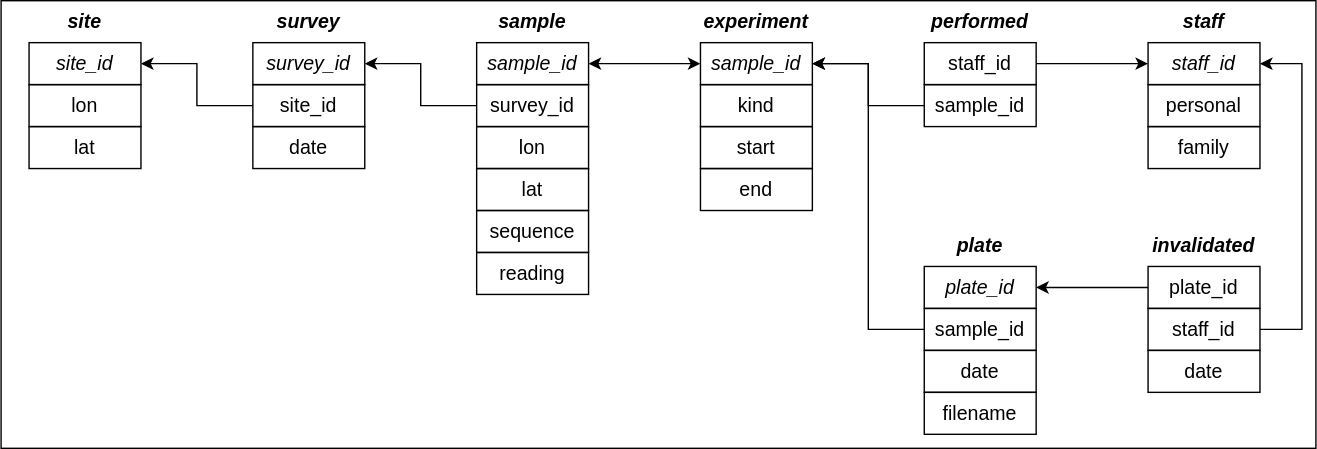
The draw.io diagram img/db-schema.svg in juananpe/nss, before a commit. Source tidied: cells renumbered, new cells last; positions are measured from the earlier drawing's top-left corner, leaving out a move shared by most shapes.
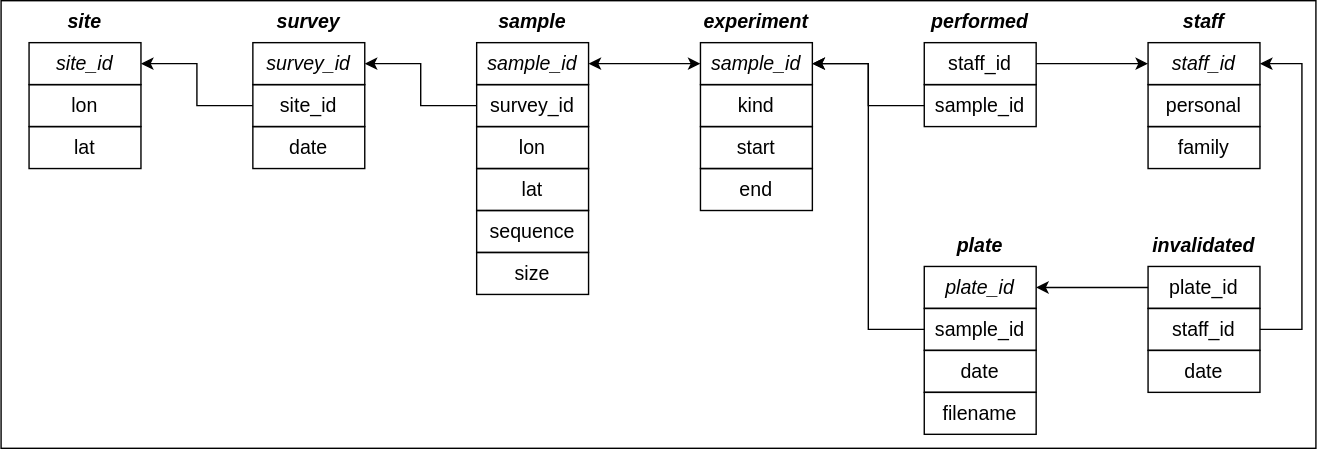
Later version of the same file.

Commit message:
doc: documenting database schema

Diff of the diagram source:
```diff
@@ -55,7 +55,7 @@
     <mxCell id="17" value="sequence" style="rounded=0;whiteSpace=wrap;html=1;fillColor=none;fontSize=14;" parent="1" vertex="1">
       <mxGeometry x="340" y="150" width="80" height="30" as="geometry" />
     </mxCell>
-    <mxCell id="18" value="reading" style="rounded=0;whiteSpace=wrap;html=1;fillColor=none;fontSize=14;" parent="1" vertex="1">
+    <mxCell id="18" value="size" style="rounded=0;whiteSpace=wrap;html=1;fillColor=none;fontSize=14;" parent="1" vertex="1">
       <mxGeometry x="340" y="180" width="80" height="30" as="geometry" />
     </mxCell>
     <mxCell id="19" style="endArrow=classic;html=1;rounded=0;entryX=1;entryY=0.5;entryDx=0;entryDy=0;exitX=0;exitY=0.5;exitDx=0;exitDy=0;" parent="1" edge="1" source="13" target="7">
```
